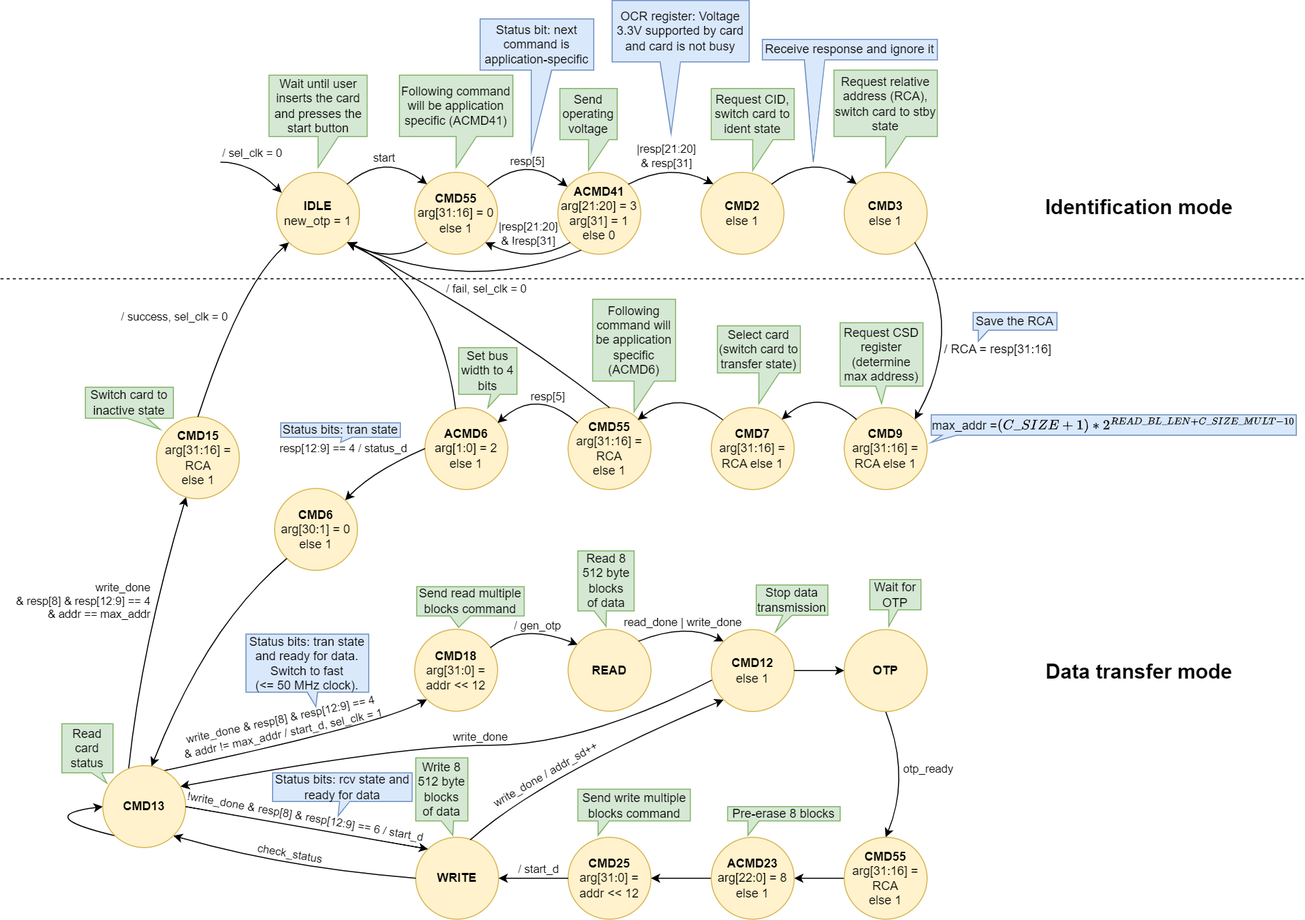
This is docs/SD/SD_fpga_states.png from sirazenkov/GhostSD, a draw.io export, as it was before one commit. Source tidied: cells renumbered, new cells last; positions are measured from the earlier drawing's top-left corner, leaving out a move shared by most shapes.
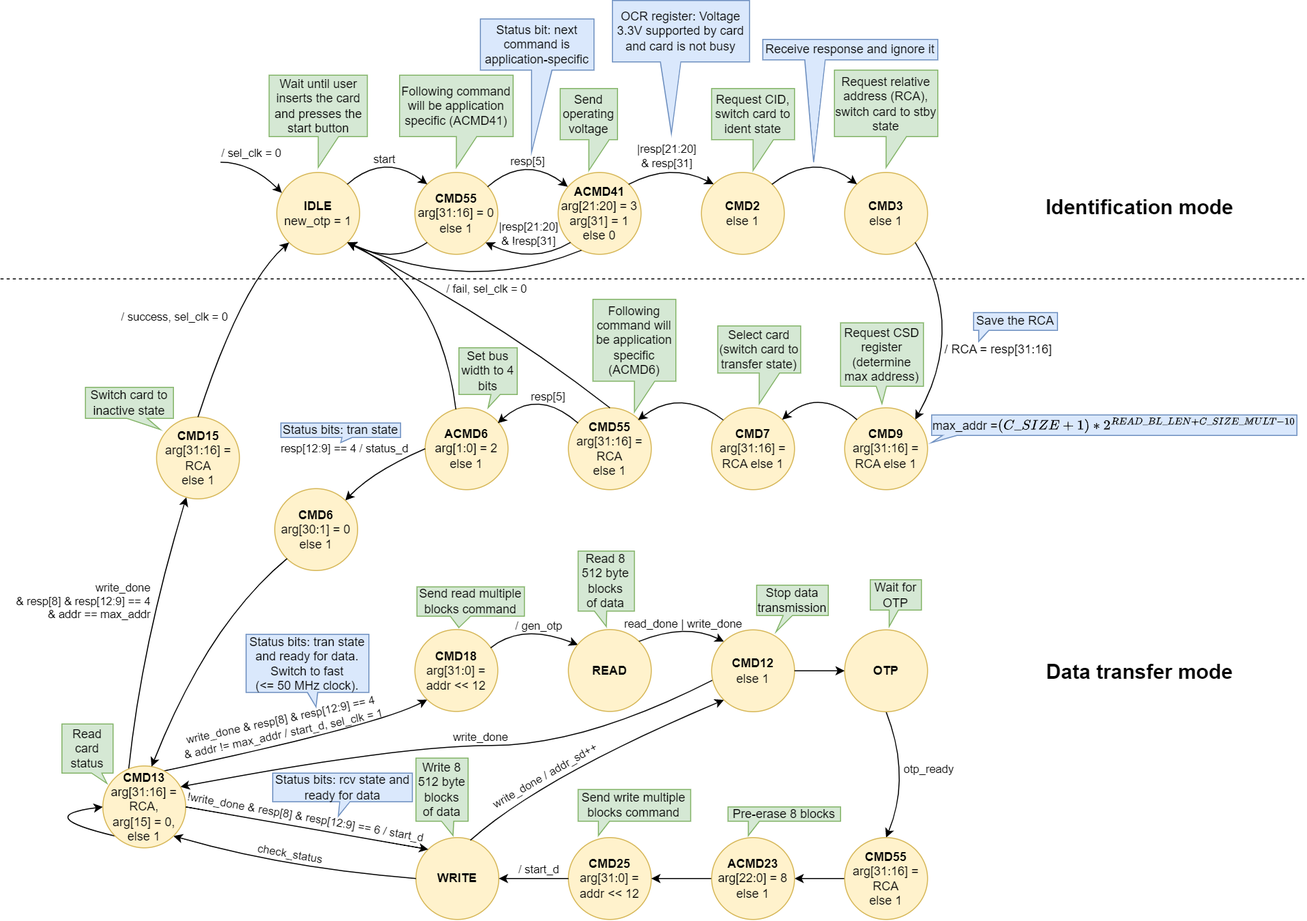
The same file after the commit.

Commit message:
Added CMD13 argument on the diagram

Diff of the diagram source:
```diff
@@ -410,7 +410,7 @@
     <mxCell id="87" style="curved=1;endArrow=classic;html=1;rounded=0;exitX=1;exitY=0.5;exitDx=0;exitDy=0;entryX=0;entryY=0.5;entryDx=0;entryDy=0;" parent="1" edge="1" source="82" target="83">
       <mxGeometry relative="1" as="geometry" />
     </mxCell>
-    <mxCell id="88" value="&lt;b&gt;CMD13&lt;/b&gt;" style="ellipse;whiteSpace=wrap;html=1;fillColor=#fff2cc;strokeColor=#d6b656;" parent="1" vertex="1">
+    <mxCell id="88" value="&lt;b&gt;CMD13&lt;br&gt;&lt;/b&gt;arg[31:16] = RCA,&lt;br&gt;arg[15] = 0, else 1&lt;b&gt;&lt;br&gt;&lt;/b&gt;" style="ellipse;whiteSpace=wrap;html=1;fillColor=#fff2cc;strokeColor=#d6b656;" parent="1" vertex="1">
       <mxGeometry x="100" y="748" width="81" height="80" as="geometry" />
     </mxCell>
     <mxCell id="89" style="edgeStyle=orthogonalEdgeStyle;rounded=0;jettySize=auto;html=1;" parent="1" edge="1" source="90" target="92">
```
